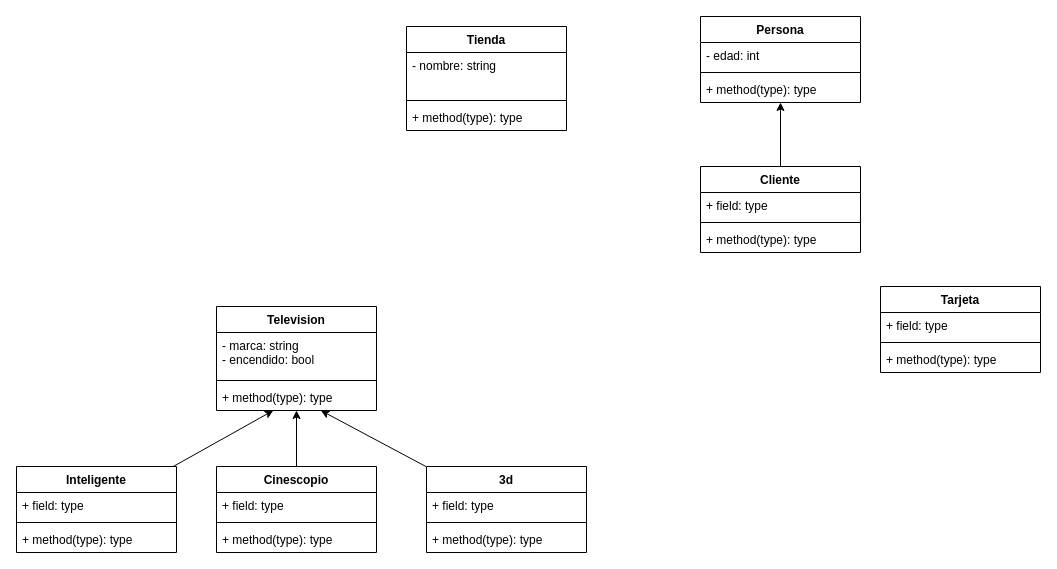
Earlier version of the draw.io diagram Segundo_semestre/POO/Tareas/Tarea2/uml.drawio (celiphcephei/Uni). Source tidied: cells renumbered, new cells numbered last; positions are measured from the earlier drawing's top-left corner, leaving out a move shared by most shapes. Both pictures are drawn from the tidied source at 100%, with x=0, y=0 at pixel (16, 16).
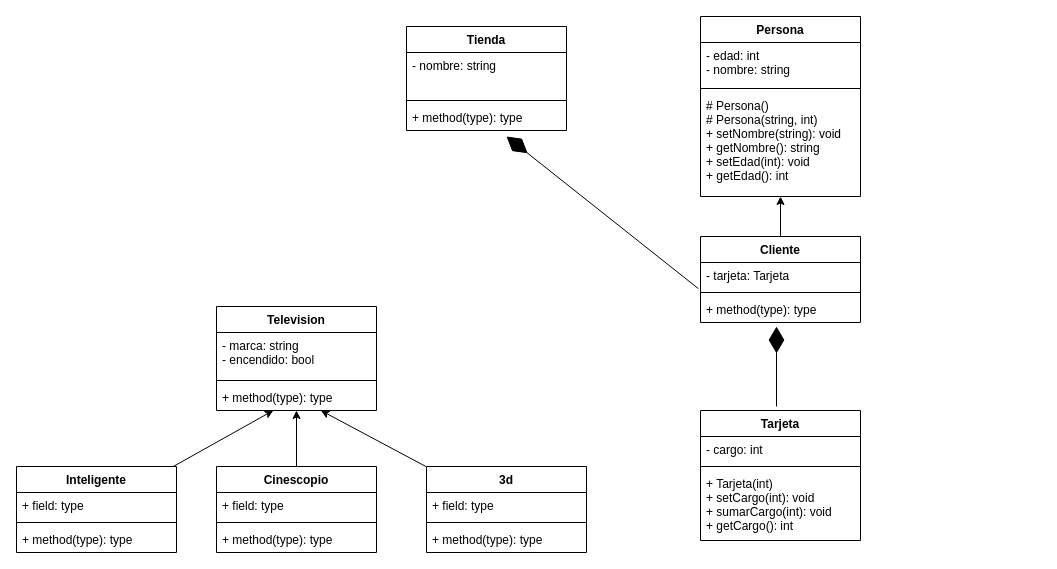
After the change.

Unchanged cells that the change refers to:
```xml
<mxCell id="2" value="Tienda" style="swimlane;fontStyle=1;align=center;verticalAlign=top;horizontal=1;startSize=26;" parent="1" vertex="1">
  <mxGeometry x="390" y="10" width="160" height="104" as="geometry" />
</mxCell>
```

Change to the diagram source:
```diff
@@
-    <mxCell id="3" value="- nombre: string&#10;" style="text;strokeColor=none;fillColor=none;align=left;verticalAlign=top;spacingLeft=4;spacingRight=4;overflow=hidden;" parent="2" vertex="1">
+    <mxCell id="3" value="- nombre: string&#10;&#10;" style="text;strokeColor=none;fillColor=none;align=left;verticalAlign=top;spacingLeft=4;spacingRight=4;overflow=hidden;" parent="2" vertex="1">
       <mxGeometry y="26" width="160" height="44" as="geometry" />
     </mxCell>
@@
     <mxCell id="25" value="Persona" style="swimlane;fontStyle=1;align=center;verticalAlign=top;horizontal=1;startSize=26;" parent="1" vertex="1">
-      <mxGeometry x="684" width="160" height="86" as="geometry" />
+      <mxGeometry x="684" width="160" height="180" as="geometry" />
     </mxCell>
-    <mxCell id="26" value="- edad: int" style="text;strokeColor=none;fillColor=none;align=left;verticalAlign=top;spacingLeft=4;spacingRight=4;overflow=hidden;" parent="25" vertex="1">
-      <mxGeometry y="26" width="160" height="26" as="geometry" />
+    <mxCell id="26" value="- edad: int&#10;- nombre: string" style="text;strokeColor=none;fillColor=none;align=left;verticalAlign=top;spacingLeft=4;spacingRight=4;overflow=hidden;" parent="25" vertex="1">
+      <mxGeometry y="26" width="160" height="42" as="geometry" />
     </mxCell>
     <mxCell id="27" style="line;strokeWidth=1;fillColor=none;align=left;verticalAlign=middle;spacingTop=-1;spacingLeft=3;spacingRight=3;labelPosition=right;strokeColor=inherit;" parent="25" vertex="1">
-      <mxGeometry y="52" width="160" height="8" as="geometry" />
+      <mxGeometry y="68" width="160" height="8" as="geometry" />
     </mxCell>
-    <mxCell id="28" value="+ method(type): type" style="text;strokeColor=none;fillColor=none;align=left;verticalAlign=top;spacingLeft=4;spacingRight=4;overflow=hidden;points=[[0,0.5],[1,0.5]];portConstraint=eastwest;" parent="25" vertex="1">
-      <mxGeometry y="60" width="160" height="26" as="geometry" />
+    <mxCell id="28" value="# Persona()&#10;# Persona(string, int)&#10;+ setNombre(string): void&#10;+ getNombre(): string&#10;+ setEdad(int): void&#10;+ getEdad(): int" style="text;strokeColor=none;fillColor=none;align=left;verticalAlign=top;spacingLeft=4;spacingRight=4;overflow=hidden;points=[[0,0.5],[1,0.5]];portConstraint=eastwest;" parent="25" vertex="1">
+      <mxGeometry y="76" width="160" height="104" as="geometry" />
     </mxCell>
@@
     <mxCell id="30" value="Cliente" style="swimlane;fontStyle=1;align=center;verticalAlign=top;horizontal=1;startSize=26;" parent="1" vertex="1">
-      <mxGeometry x="684" y="150" width="160" height="86" as="geometry" />
+      <mxGeometry x="684" y="220" width="160" height="86" as="geometry" />
     </mxCell>
-    <mxCell id="31" value="+ field: type" style="text;strokeColor=none;fillColor=none;align=left;verticalAlign=top;spacingLeft=4;spacingRight=4;overflow=hidden;points=[[0,0.5],[1,0.5]];portConstraint=eastwest;" parent="30" vertex="1">
+    <mxCell id="31" value="- tarjeta: Tarjeta" style="text;strokeColor=none;fillColor=none;align=left;verticalAlign=top;spacingLeft=4;spacingRight=4;overflow=hidden;points=[[0,0.5],[1,0.5]];portConstraint=eastwest;" parent="30" vertex="1">
       <mxGeometry y="26" width="160" height="26" as="geometry" />
     </mxCell>
@@
     <mxCell id="34" value="Tarjeta" style="swimlane;fontStyle=1;align=center;verticalAlign=top;horizontal=1;startSize=26;" parent="1" vertex="1">
-      <mxGeometry x="864" y="270" width="160" height="86" as="geometry" />
+      <mxGeometry x="684" y="394" width="160" height="130" as="geometry" />
     </mxCell>
-    <mxCell id="35" value="+ field: type" style="text;strokeColor=none;fillColor=none;align=left;verticalAlign=top;spacingLeft=4;spacingRight=4;overflow=hidden;" parent="34" vertex="1">
+    <mxCell id="35" value="- cargo: int" style="text;strokeColor=none;fillColor=none;align=left;verticalAlign=top;spacingLeft=4;spacingRight=4;overflow=hidden;" parent="34" vertex="1">
       <mxGeometry y="26" width="160" height="26" as="geometry" />
     </mxCell>
@@
-    <mxCell id="37" value="+ method(type): type" style="text;strokeColor=none;fillColor=none;align=left;verticalAlign=top;spacingLeft=4;spacingRight=4;overflow=hidden;" parent="34" vertex="1">
-      <mxGeometry y="60" width="160" height="26" as="geometry" />
+    <mxCell id="37" value="+ Tarjeta(int)&#10;+ setCargo(int): void&#10;+ sumarCargo(int): void&#10;+ getCargo(): int" style="text;strokeColor=none;fillColor=none;align=left;verticalAlign=top;spacingLeft=4;spacingRight=4;overflow=hidden;" parent="34" vertex="1">
+      <mxGeometry y="60" width="160" height="70" as="geometry" />
     </mxCell>
+    <mxCell id="38" style="endArrow=diamondThin;endFill=1;endSize=24;html=1;" parent="1" edge="1">
+      <mxGeometry relative="1" as="geometry">
+        <mxPoint x="760" y="390" as="sourcePoint" />
+        <mxPoint x="760" y="310" as="targetPoint" />
+      </mxGeometry>
+    </mxCell>
+    <mxCell id="39" style="endArrow=diamondThin;endFill=1;endSize=24;html=1;exitX=-0.013;exitY=1.006;exitDx=0;exitDy=0;exitPerimeter=0;" parent="1" edge="1" source="31">
+      <mxGeometry relative="1" as="geometry">
+        <mxPoint x="490" y="120" as="targetPoint" />
+      </mxGeometry>
+    </mxCell>
```
